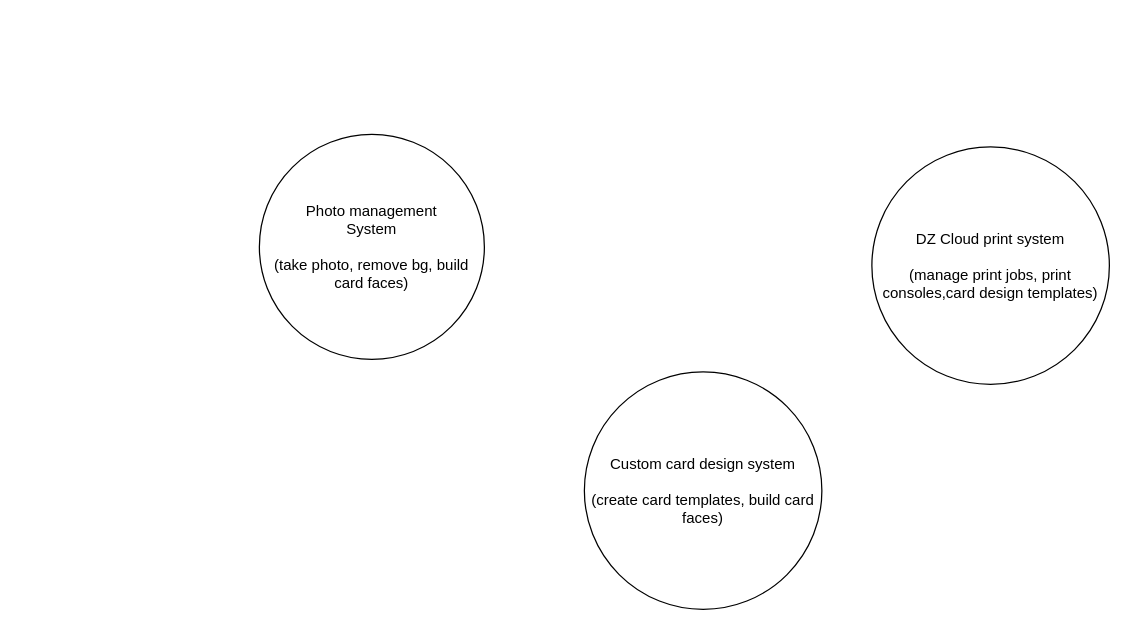
Above: page "overview" (1 of 2) of Untitled Diagram.drawio in delphihero/MyDocument (draw.io), before the change. Source tidied: cells renumbered, new cells numbered last; positions are measured from the earlier drawing's top-left corner, leaving out a move shared by most shapes. Both pictures are drawn from the tidied source at 125%, with x=0, y=0 at pixel (259, 134).
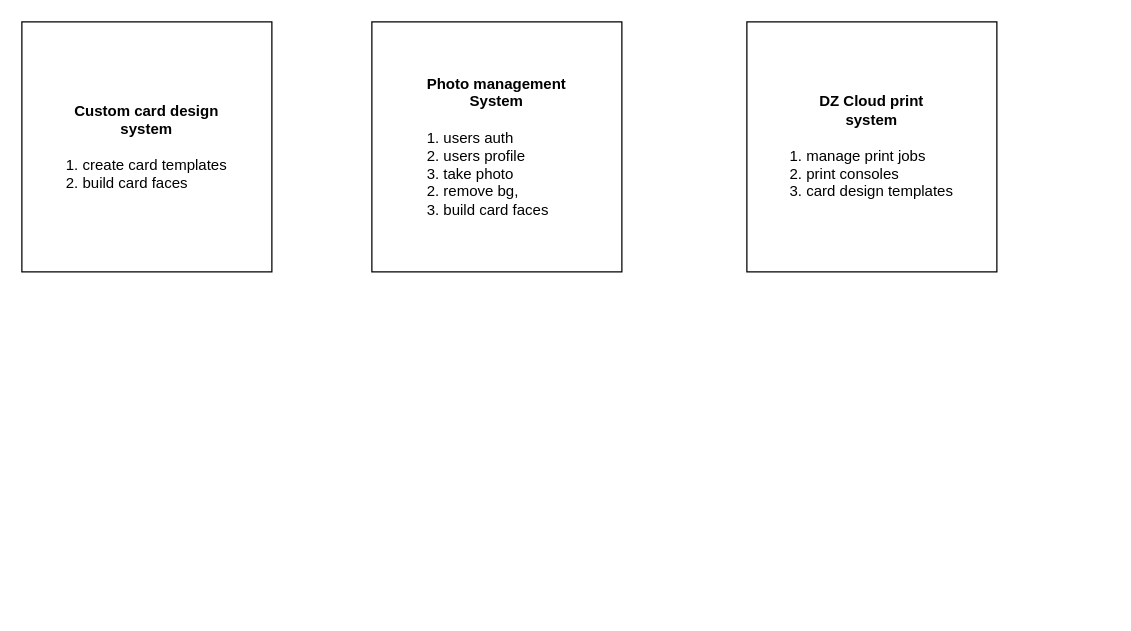
The same page after the edit.

Diff of the diagram source:
```diff
@@
 <mxGraphModel>
   <root>
     <mxCell id="0" />
     <mxCell id="1" parent="0" />
-    <mxCell id="2" value="&lt;div&gt;Photo management&lt;/div&gt;&lt;div&gt;System&lt;/div&gt;&lt;div&gt;&lt;br&gt;&lt;/div&gt;&lt;div&gt;(take photo, remove bg, build card faces)&lt;br&gt;&lt;/div&gt;" style="ellipse;whiteSpace=wrap;html=1;" parent="1" vertex="1">
-      <mxGeometry width="180" height="180" as="geometry" />
-    </mxCell>
-    <mxCell id="3" value="&lt;div&gt;DZ Cloud print system&lt;/div&gt;&lt;div&gt;&lt;br&gt;&lt;/div&gt;&lt;div&gt;(manage print jobs, print consoles,card design templates)&lt;br&gt;&lt;/div&gt;" style="ellipse;whiteSpace=wrap;html=1;" parent="1" vertex="1">
-      <mxGeometry x="490" y="10" width="190" height="190" as="geometry" />
-    </mxCell>
-    <mxCell id="4" value="&lt;div&gt;Custom card design system&lt;/div&gt;&lt;div&gt;&lt;br&gt;&lt;/div&gt;&lt;div&gt;(create card templates, build card faces)&lt;br&gt;&lt;/div&gt;" style="ellipse;whiteSpace=wrap;html=1;" parent="1" vertex="1">
-      <mxGeometry x="260" y="190" width="190" height="190" as="geometry" />
-    </mxCell>
+    <mxCell id="5" value="&lt;div&gt;&lt;b&gt;Photo management&lt;/b&gt;&lt;/div&gt;&lt;div&gt;&lt;b&gt;System&lt;/b&gt;&lt;/div&gt;&lt;div&gt;&lt;br&gt;&lt;/div&gt;&lt;div align=&quot;left&quot;&gt;1. users auth&lt;/div&gt;&lt;div align=&quot;left&quot;&gt;2. users profile&lt;br&gt;&lt;/div&gt;&lt;div align=&quot;left&quot;&gt;3. take photo&lt;/div&gt;&lt;div align=&quot;left&quot;&gt;2. remove bg, &lt;br&gt;&lt;/div&gt;&lt;div align=&quot;left&quot;&gt;3. build card faces&lt;/div&gt;" style="whiteSpace=wrap;html=1;" parent="1" vertex="1">
+      <mxGeometry x="90" y="-90" width="200" height="200" as="geometry" />
+    </mxCell>
+    <mxCell id="6" value="&lt;div&gt;&lt;b&gt;Custom card design &lt;br&gt;&lt;/b&gt;&lt;/div&gt;&lt;div&gt;&lt;b&gt;system&lt;/b&gt;&lt;/div&gt;&lt;div&gt;&lt;br&gt;&lt;/div&gt;&lt;div align=&quot;left&quot;&gt;1. create card templates&lt;/div&gt;&lt;div align=&quot;left&quot;&gt;2. build card faces&lt;/div&gt;" style="whiteSpace=wrap;html=1;" parent="1" vertex="1">
+      <mxGeometry x="-190" y="-90" width="200" height="200" as="geometry" />
+    </mxCell>
+    <mxCell id="7" value="&lt;div&gt;&lt;b&gt;DZ Cloud print &lt;br&gt;&lt;/b&gt;&lt;/div&gt;&lt;div&gt;&lt;b&gt;system&lt;/b&gt;&lt;/div&gt;&lt;div align=&quot;left&quot;&gt;&lt;br&gt;&lt;/div&gt;&lt;div align=&quot;left&quot;&gt;1. manage print jobs&lt;/div&gt;&lt;div align=&quot;left&quot;&gt;2. print consoles&lt;/div&gt;&lt;div align=&quot;left&quot;&gt;3. card design templates&lt;/div&gt;" style="whiteSpace=wrap;html=1;" parent="1" vertex="1">
+      <mxGeometry x="390" y="-90" width="200" height="200" as="geometry" />
+    </mxCell>
   </root>
 </mxGraphModel>
```
